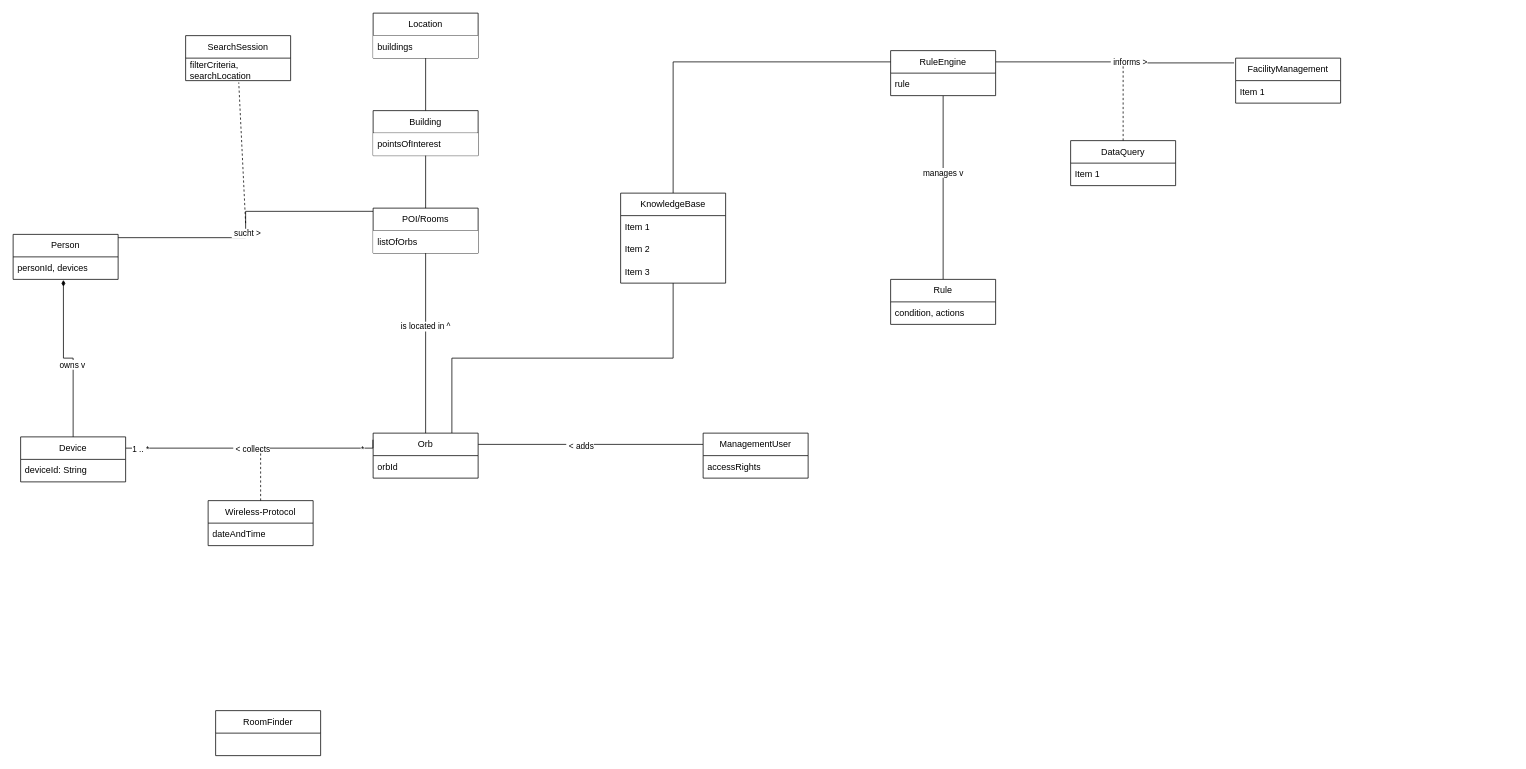
Before: PM3_domain_model.drawio in phyllomenous/PM3_DomainModel, a draw.io diagram. Source tidied: cells renumbered, new cells numbered last; positions are measured from the earlier drawing's top-left corner, leaving out a move shared by most shapes. Both pictures are drawn from the tidied source at 75%, with x=0, y=0 at pixel (13, 13).
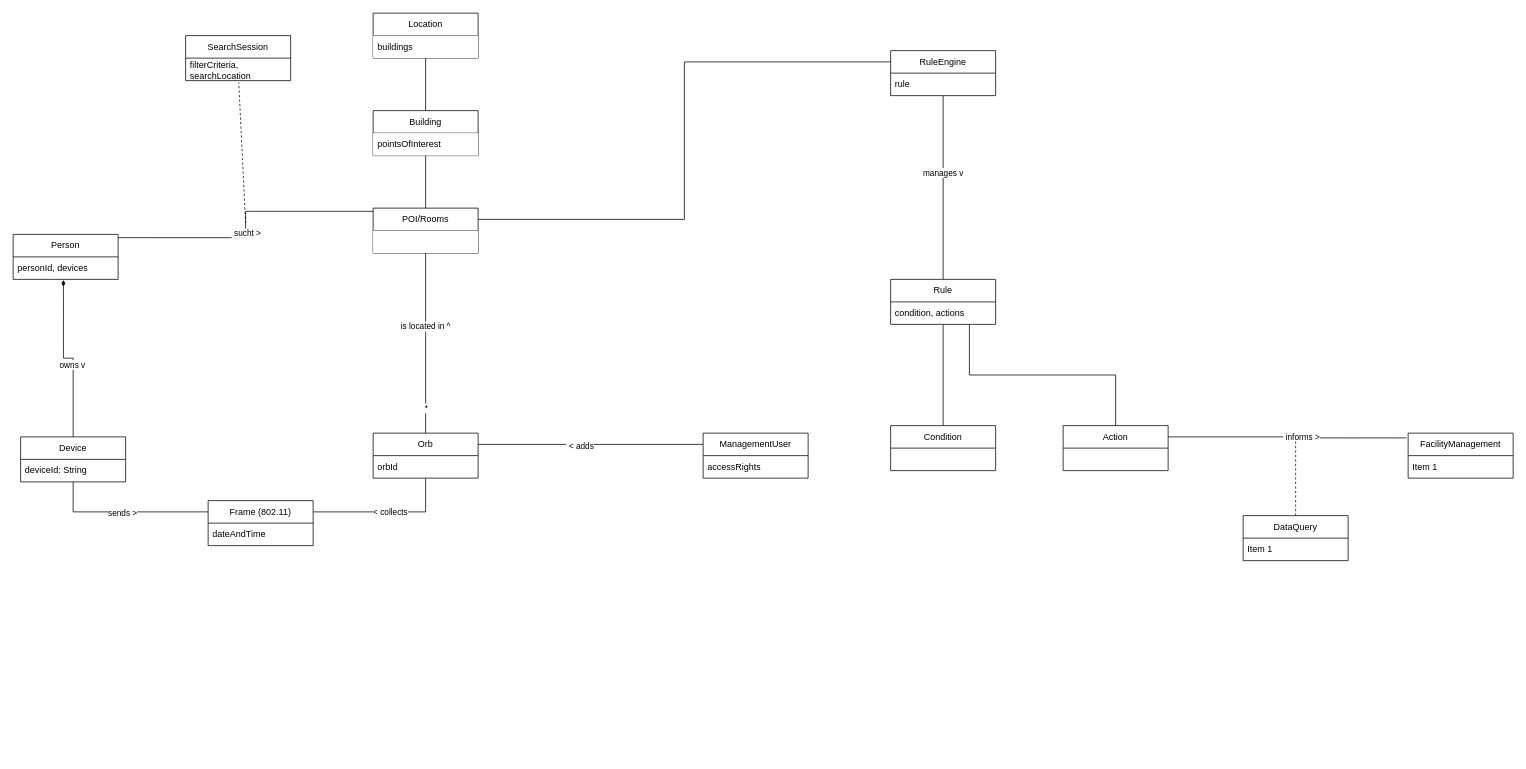
After the change.

The change refers to these unchanged cells:
```xml
<mxCell id="11" value="POI/Rooms" style="swimlane;fontStyle=0;horizontal=1;startSize=30;whiteSpace=wrap;html=1;swimlaneFillColor=default;" parent="1" vertex="1">
  <mxGeometry x="480" y="260" width="140" height="60" as="geometry" />
</mxCell>
<mxCell id="14" value="Orb" style="swimlane;fontStyle=0;horizontal=1;startSize=30;whiteSpace=wrap;html=1;swimlaneFillColor=default;" parent="1" vertex="1">
  <mxGeometry x="480" y="560" width="140" height="60" as="geometry" />
</mxCell>
<mxCell id="18" style="edgeStyle=orthogonalEdgeStyle;rounded=0;jettySize=auto;html=1;exitX=0.5;exitY=0;exitDx=0;exitDy=0;endArrow=none;endFill=0;" parent="1" edge="1" source="14" target="11">
  <mxGeometry relative="1" as="geometry" />
</mxCell>
<mxCell id="32" value="Device" style="swimlane;fontStyle=0;horizontal=1;startSize=30;whiteSpace=wrap;html=1;swimlaneFillColor=default;" parent="1" vertex="1">
  <mxGeometry x="10" y="565" width="140" height="60" as="geometry" />
</mxCell>
<mxCell id="42" value="RuleEngine" style="swimlane;fontStyle=0;horizontal=1;startSize=30;whiteSpace=wrap;html=1;swimlaneFillColor=default;" parent="1" vertex="1">
  <mxGeometry x="1170" y="50" width="140" height="60" as="geometry" />
</mxCell>
<mxCell id="44" value="Rule" style="swimlane;fontStyle=0;horizontal=1;startSize=30;whiteSpace=wrap;html=1;swimlaneFillColor=default;" parent="1" vertex="1">
  <mxGeometry x="1170" y="355" width="140" height="60" as="geometry" />
</mxCell>
```

Change to the diagram source:
```diff
@@
-    <mxCell id="2" value="RoomFinder" style="swimlane;fontStyle=0;horizontal=1;startSize=30;whiteSpace=wrap;html=1;swimlaneFillColor=default;" parent="1" vertex="1">
-      <mxGeometry x="270" y="930" width="140" height="60" as="geometry" />
-    </mxCell>
@@
-    <mxCell id="12" value="listOfOrbs" style="text;strokeColor=none;fillColor=default;align=left;verticalAlign=middle;spacingLeft=4;spacingRight=4;overflow=hidden;whiteSpace=wrap;html=1;" parent="11" vertex="1">
+    <mxCell id="12" style="text;strokeColor=none;fillColor=default;align=left;verticalAlign=middle;spacingLeft=4;spacingRight=4;overflow=hidden;whiteSpace=wrap;html=1;" parent="11" vertex="1">
       <mxGeometry y="30" width="140" height="30" as="geometry" />
     </mxCell>
-    <mxCell id="13" style="edgeStyle=orthogonalEdgeStyle;rounded=0;jettySize=auto;html=1;exitX=0.75;exitY=0;exitDx=0;exitDy=0;endArrow=none;endFill=0;" parent="1" edge="1" source="14" target="52">
-      <mxGeometry relative="1" as="geometry" />
-    </mxCell>
+    <mxCell id="56" style="edgeStyle=orthogonalEdgeStyle;rounded=0;jettySize=auto;html=1;exitX=0.5;exitY=1;exitDx=0;exitDy=0;entryX=1;entryY=0.25;entryDx=0;entryDy=0;endArrow=none;endFill=0;" parent="1" edge="1" source="14" target="24">
+      <mxGeometry relative="1" as="geometry" />
+    </mxCell>
+    <mxCell id="21" value="&amp;lt; collects" style="edgeLabel;html=1;align=center;verticalAlign=middle;" parent="56" vertex="1">
+      <mxGeometry x="-0.05" relative="1" as="geometry" />
+    </mxCell>
@@
-    <mxCell id="20" style="edgeStyle=orthogonalEdgeStyle;rounded=0;jettySize=auto;html=1;exitX=1;exitY=0.25;exitDx=0;exitDy=0;entryX=-0.002;entryY=0.147;entryDx=0;entryDy=0;entryPerimeter=0;endArrow=none;endFill=0;" parent="1" edge="1" source="32" target="14">
-      <mxGeometry relative="1" as="geometry">
-        <Array as="points">
-          <mxPoint x="160" y="580" />
-          <mxPoint x="180" y="580" />
-        </Array>
-      </mxGeometry>
-    </mxCell>
-    <mxCell id="21" value="&amp;nbsp;&amp;lt; collects" style="edgeLabel;html=1;align=center;verticalAlign=middle;" parent="20" vertex="1">
-      <mxGeometry x="-0.02" y="-1" relative="1" as="geometry" />
-    </mxCell>
-    <mxCell id="22" value="1 .. *" style="edgeLabel;html=1;align=center;verticalAlign=middle;" parent="20" vertex="1">
-      <mxGeometry x="-0.89" relative="1" as="geometry" />
-    </mxCell>
-    <mxCell id="23" value="*" style="edgeLabel;html=1;align=center;verticalAlign=middle;" parent="20" vertex="1">
-      <mxGeometry x="0.85" relative="1" as="geometry" />
+    <mxCell id="23" value="*" style="edgeLabel;html=1;align=center;verticalAlign=middle;" parent="18" vertex="1">
+      <mxGeometry x="-0.72" relative="1" as="geometry" />
     </mxCell>
-    <mxCell id="24" value="Wireless-Protocol" style="swimlane;fontStyle=0;horizontal=1;startSize=30;whiteSpace=wrap;html=1;" parent="1" vertex="1">
+    <mxCell id="24" value="Frame (802.11)" style="swimlane;fontStyle=0;horizontal=1;startSize=30;whiteSpace=wrap;html=1;swimlaneFillColor=default;" parent="1" vertex="1">
       <mxGeometry x="260" y="650" width="140" height="60" as="geometry" />
     </mxCell>
@@
-    <mxCell id="26" style="endArrow=none;dashed=1;html=1;rounded=0;exitX=0.5;exitY=0;exitDx=0;exitDy=0;" parent="1" edge="1" source="24">
-      <mxGeometry relative="1" as="geometry">
-        <mxPoint x="330" y="580" as="targetPoint" />
-      </mxGeometry>
-    </mxCell>
-    <mxCell id="27" value="SearchSession" style="swimlane;fontStyle=0;horizontal=1;startSize=30;whiteSpace=wrap;html=1;" parent="1" vertex="1">
+    <mxCell id="27" value="SearchSession" style="swimlane;fontStyle=0;horizontal=1;startSize=30;whiteSpace=wrap;html=1;swimlaneFillColor=default;" parent="1" vertex="1">
       <mxGeometry x="230" y="30" width="140" height="60" as="geometry" />
     </mxCell>
@@
+    <mxCell id="57" style="edgeStyle=orthogonalEdgeStyle;rounded=0;jettySize=auto;html=1;exitX=0.5;exitY=1;exitDx=0;exitDy=0;entryX=0;entryY=0.25;entryDx=0;entryDy=0;endArrow=none;endFill=0;" parent="1" edge="1" source="32" target="24">
+      <mxGeometry relative="1" as="geometry" />
+    </mxCell>
+    <mxCell id="58" value="sends &amp;gt;" style="edgeLabel;html=1;align=center;verticalAlign=middle;" parent="57" vertex="1">
+      <mxGeometry x="-0.05" y="-1" relative="1" as="geometry" />
+    </mxCell>
@@
-    <mxCell id="40" style="edgeStyle=orthogonalEdgeStyle;rounded=0;jettySize=auto;html=1;exitX=1;exitY=0.25;exitDx=0;exitDy=0;entryX=-0.015;entryY=0.106;entryDx=0;entryDy=0;entryPerimeter=0;endArrow=none;endFill=0;" parent="1" edge="1" source="42" target="46">
+    <mxCell id="40" style="edgeStyle=orthogonalEdgeStyle;rounded=0;jettySize=auto;html=1;exitX=1;exitY=0.25;exitDx=0;exitDy=0;entryX=-0.015;entryY=0.106;entryDx=0;entryDy=0;entryPerimeter=0;endArrow=none;endFill=0;" parent="1" edge="1" source="62" target="46">
       <mxGeometry relative="1" as="geometry" />
     </mxCell>
@@
+    <mxCell id="59" style="edgeStyle=orthogonalEdgeStyle;rounded=0;jettySize=auto;html=1;exitX=0.5;exitY=1;exitDx=0;exitDy=0;entryX=0.5;entryY=0;entryDx=0;entryDy=0;endArrow=none;endFill=0;" parent="1" edge="1" source="44" target="61">
+      <mxGeometry relative="1" as="geometry" />
+    </mxCell>
+    <mxCell id="60" style="edgeStyle=orthogonalEdgeStyle;rounded=0;jettySize=auto;html=1;exitX=0.75;exitY=1;exitDx=0;exitDy=0;entryX=0.5;entryY=0;entryDx=0;entryDy=0;endArrow=none;endFill=0;" parent="1" edge="1" source="44" target="62">
+      <mxGeometry relative="1" as="geometry" />
+    </mxCell>
@@
     <mxCell id="46" value="FacilityManagement" style="swimlane;fontStyle=0;horizontal=1;startSize=30;whiteSpace=wrap;html=1;swimlaneFillColor=default;" parent="1" vertex="1">
-      <mxGeometry x="1630" y="60" width="140" height="60" as="geometry" />
+      <mxGeometry x="1860" y="560" width="140" height="60" as="geometry" />
     </mxCell>
@@
-    <mxCell id="48" value="DataQuery" style="swimlane;fontStyle=0;horizontal=1;startSize=30;whiteSpace=wrap;html=1;" parent="1" vertex="1">
-      <mxGeometry x="1410" y="170" width="140" height="60" as="geometry" />
+    <mxCell id="48" value="DataQuery" style="swimlane;fontStyle=0;horizontal=1;startSize=30;whiteSpace=wrap;html=1;swimlaneFillColor=default;" parent="1" vertex="1">
+      <mxGeometry x="1640" y="670" width="140" height="60" as="geometry" />
     </mxCell>
@@
     <mxCell id="50" style="endArrow=none;dashed=1;html=1;rounded=0;exitX=0.5;exitY=0;exitDx=0;exitDy=0;" parent="1" edge="1" source="48">
       <mxGeometry relative="1" as="geometry">
-        <mxPoint x="1480" y="70" as="targetPoint" />
+        <mxPoint x="1710" y="570" as="targetPoint" />
       </mxGeometry>
     </mxCell>
-    <mxCell id="51" style="edgeStyle=orthogonalEdgeStyle;rounded=0;jettySize=auto;html=1;exitX=0.5;exitY=0;exitDx=0;exitDy=0;entryX=0;entryY=0.25;entryDx=0;entryDy=0;endArrow=none;endFill=0;" parent="1" edge="1" source="52" target="42">
+    <mxCell id="51" style="edgeStyle=orthogonalEdgeStyle;rounded=0;jettySize=auto;html=1;exitX=1;exitY=0.25;exitDx=0;exitDy=0;entryX=0;entryY=0.25;entryDx=0;entryDy=0;endArrow=none;endFill=0;" parent="1" edge="1" source="11" target="42">
       <mxGeometry relative="1" as="geometry" />
     </mxCell>
-    <mxCell id="52" value="KnowledgeBase" style="swimlane;fontStyle=0;horizontal=1;startSize=30;whiteSpace=wrap;html=1;" parent="1" vertex="1">
-      <mxGeometry x="810" y="240" width="140" height="120" as="geometry" />
-    </mxCell>
-    <mxCell id="53" value="Item 1" style="text;strokeColor=none;fillColor=none;align=left;verticalAlign=middle;spacingLeft=4;spacingRight=4;overflow=hidden;whiteSpace=wrap;html=1;" parent="52" vertex="1">
-      <mxGeometry y="30" width="140" height="30" as="geometry" />
-    </mxCell>
-    <mxCell id="54" value="Item 2" style="text;strokeColor=none;fillColor=none;align=left;verticalAlign=middle;spacingLeft=4;spacingRight=4;overflow=hidden;whiteSpace=wrap;html=1;" parent="52" vertex="1">
-      <mxGeometry y="60" width="140" height="30" as="geometry" />
-    </mxCell>
-    <mxCell id="55" value="Item 3" style="text;strokeColor=none;fillColor=none;align=left;verticalAlign=middle;spacingLeft=4;spacingRight=4;overflow=hidden;whiteSpace=wrap;html=1;" parent="52" vertex="1">
-      <mxGeometry y="90" width="140" height="30" as="geometry" />
-    </mxCell>
+    <mxCell id="61" value="Condition" style="swimlane;fontStyle=0;horizontal=1;startSize=30;whiteSpace=wrap;html=1;swimlaneFillColor=default;" parent="1" vertex="1">
+      <mxGeometry x="1170" y="550" width="140" height="60" as="geometry" />
+    </mxCell>
+    <mxCell id="62" value="Action" style="swimlane;fontStyle=0;horizontal=1;startSize=30;whiteSpace=wrap;html=1;" parent="1" vertex="1">
+      <mxGeometry x="1400" y="550" width="140" height="60" as="geometry" />
+    </mxCell>
```
